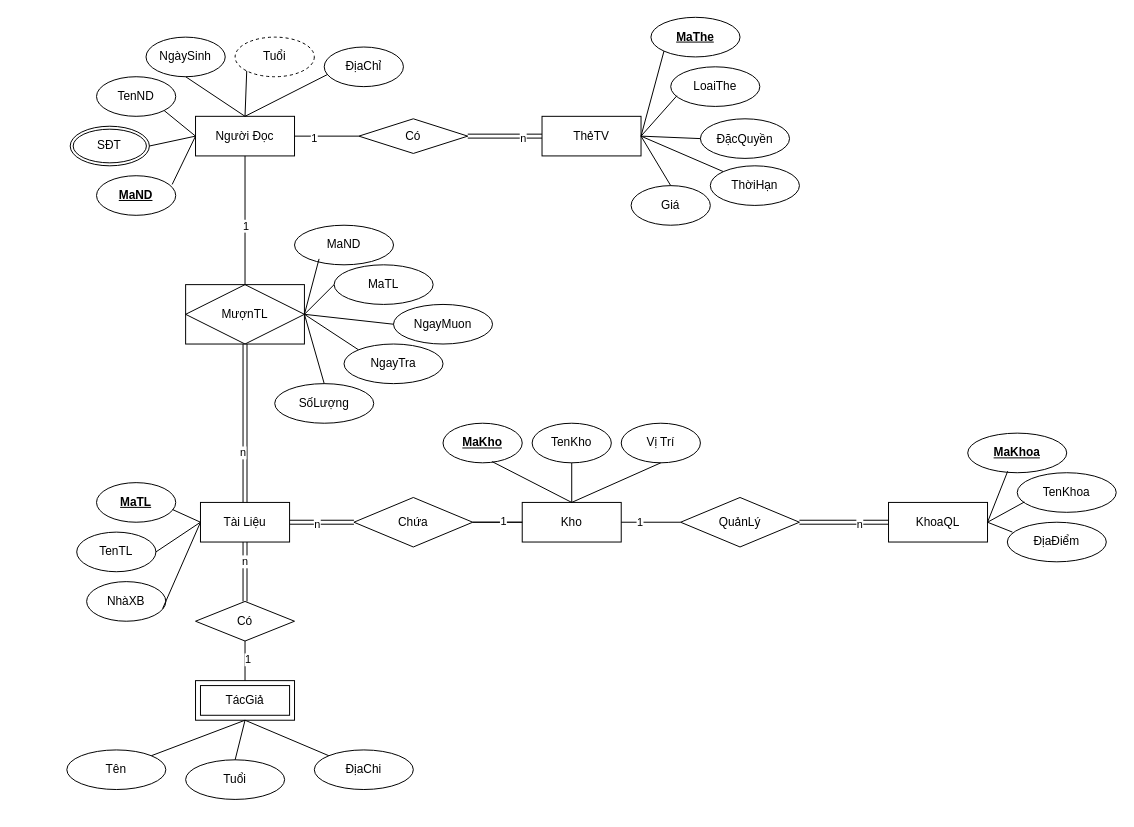
andrew2508/tailieu keeps this draw.io diagram as Biểu đồ không có tiêu đề.drawio. Above is the earlier version. Source tidied: cells renumbered, new cells numbered last; positions are measured from the earlier drawing's top-left corner, leaving out a move shared by most shapes. Both pictures are drawn from the tidied source at 99%, with x=0, y=0 at pixel (66, 17).
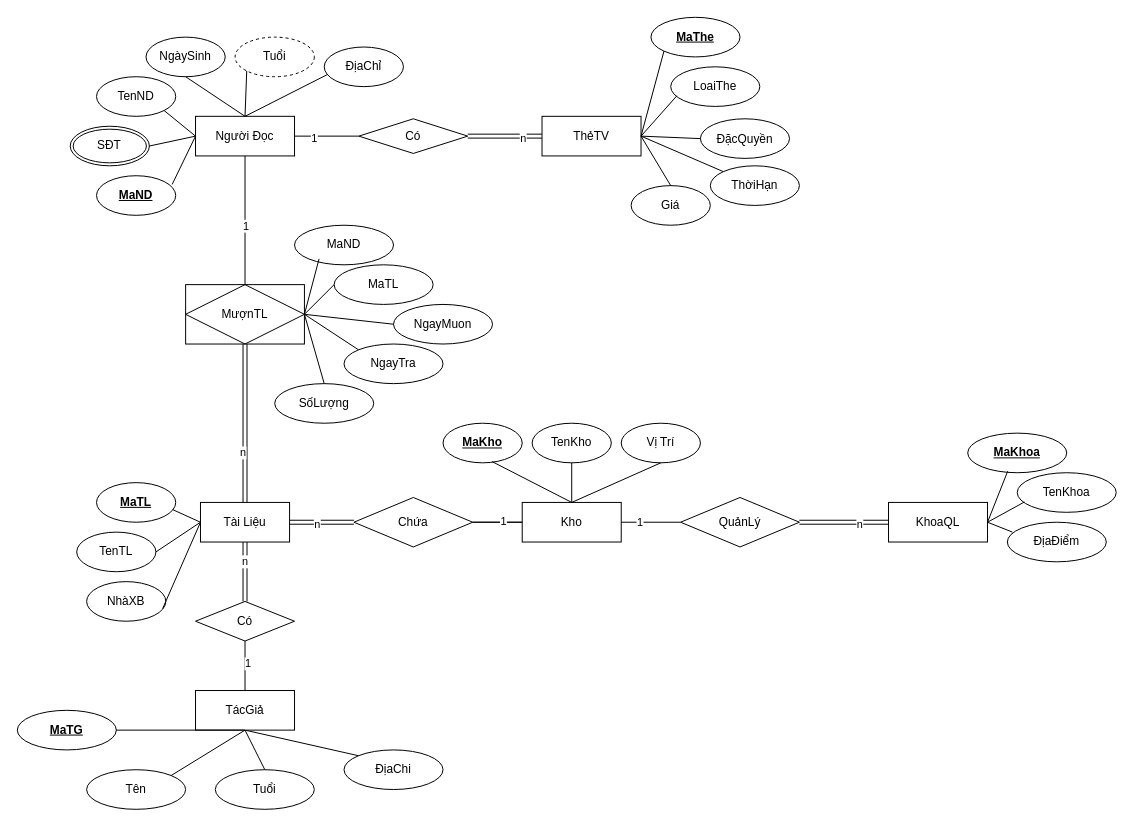
The same diagram, later.

The change refers to these unchanged cells:
```xml
<mxCell id="81" value="Có" style="shape=rhombus;perimeter=rhombusPerimeter;whiteSpace=wrap;html=1;align=center;" parent="1" vertex="1">
  <mxGeometry x="130" y="590" width="100" height="40" as="geometry" />
</mxCell>
```

What changed in the source:
```diff
@@
-    <mxCell id="74" value="TácGiả" style="shape=ext;margin=3;double=1;whiteSpace=wrap;html=1;align=center;" parent="1" vertex="1">
-      <mxGeometry x="130" y="670" width="100" height="40" as="geometry" />
-    </mxCell>
     <mxCell id="75" value="Tên" style="ellipse;whiteSpace=wrap;html=1;align=center;" parent="1" vertex="1">
-      <mxGeometry y="740" width="100" height="40" as="geometry" />
+      <mxGeometry x="20" y="760" width="100" height="40" as="geometry" />
     </mxCell>
     <mxCell id="76" value="Tuổi" style="ellipse;whiteSpace=wrap;html=1;align=center;" parent="1" vertex="1">
-      <mxGeometry x="120" y="750" width="100" height="40" as="geometry" />
+      <mxGeometry x="150" y="760" width="100" height="40" as="geometry" />
     </mxCell>
     <mxCell id="77" value="ĐịaChi" style="ellipse;whiteSpace=wrap;html=1;align=center;" parent="1" vertex="1">
-      <mxGeometry x="250" y="740" width="100" height="40" as="geometry" />
+      <mxGeometry x="280" y="740" width="100" height="40" as="geometry" />
     </mxCell>
@@
-    <mxCell id="80" style="endArrow=none;html=1;rounded=0;entryX=0;entryY=0;entryDx=0;entryDy=0;" parent="1" edge="1" target="77">
-      <mxGeometry relative="1" as="geometry">
-        <mxPoint x="180" y="710" as="sourcePoint" />
-      </mxGeometry>
+    <mxCell id="80" style="endArrow=none;html=1;rounded=0;entryX=0;entryY=0;entryDx=0;entryDy=0;exitX=0.5;exitY=1;exitDx=0;exitDy=0;" parent="1" edge="1" source="74" target="77">
+      <mxGeometry relative="1" as="geometry" />
     </mxCell>
@@
     <mxCell id="82" style="endArrow=none;html=1;rounded=0;exitX=0.5;exitY=1;exitDx=0;exitDy=0;entryX=0.5;entryY=0;entryDx=0;entryDy=0;" parent="1" edge="1" source="81" target="74">
-      <mxGeometry relative="1" as="geometry" />
+      <mxGeometry relative="1" as="geometry">
+        <Array as="points">
+          <mxPoint x="180" y="660" />
+        </Array>
+      </mxGeometry>
     </mxCell>
@@
+    <mxCell id="74" value="TácGiả" style="whiteSpace=wrap;html=1;align=center;" parent="1" vertex="1">
+      <mxGeometry x="130" y="680" width="100" height="40" as="geometry" />
+    </mxCell>
+    <mxCell id="91" value="&lt;b&gt;&lt;u&gt;MaTG&lt;/u&gt;&lt;/b&gt;" style="ellipse;whiteSpace=wrap;html=1;align=center;" parent="1" vertex="1">
+      <mxGeometry x="-50" y="700" width="100" height="40" as="geometry" />
+    </mxCell>
+    <mxCell id="92" style="endArrow=none;html=1;rounded=0;exitX=0.5;exitY=1;exitDx=0;exitDy=0;entryX=1;entryY=0.5;entryDx=0;entryDy=0;" parent="1" edge="1" source="74" target="91">
+      <mxGeometry relative="1" as="geometry" />
+    </mxCell>
```
